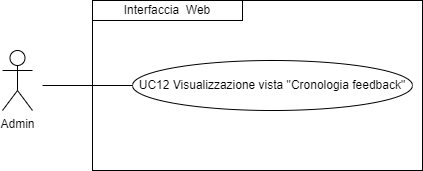
Earlier version of the draw.io export imgs/Uml/UC12.png (ShameIRL/farmacode). Source tidied: cells renumbered, new cells last; positions are measured from the earlier drawing's top-left corner, leaving out a move shared by most shapes.
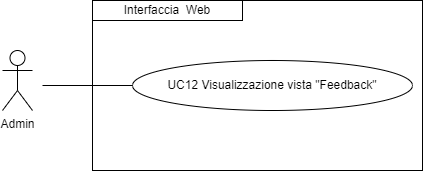
After the commit.

Change to the diagram source:
```diff
@@ -11,7 +11,7 @@
     <mxCell id="4" value="&lt;div style=&quot;&quot;&gt;Interfaccia&amp;nbsp; W&lt;span style=&quot;background-color: initial;&quot;&gt;eb&lt;/span&gt;&lt;/div&gt;" style="rounded=0;whiteSpace=wrap;html=1;fillColor=none;align=center;" parent="1" vertex="1">
       <mxGeometry x="90" width="150" height="20" as="geometry" />
     </mxCell>
-    <mxCell id="5" value="UC12 Visualizzazione vista &quot;Cronologia feedback&quot;" style="ellipse;whiteSpace=wrap;html=1;" parent="1" vertex="1">
+    <mxCell id="5" value="UC12 Visualizzazione vista &quot;Feedback&quot;" style="ellipse;whiteSpace=wrap;html=1;" parent="1" vertex="1">
       <mxGeometry x="130" y="60" width="280" height="50" as="geometry" />
     </mxCell>
     <mxCell id="6" style="endArrow=none;html=1;rounded=0;entryX=0;entryY=0.5;entryDx=0;entryDy=0;" parent="1" edge="1" target="5">
```
